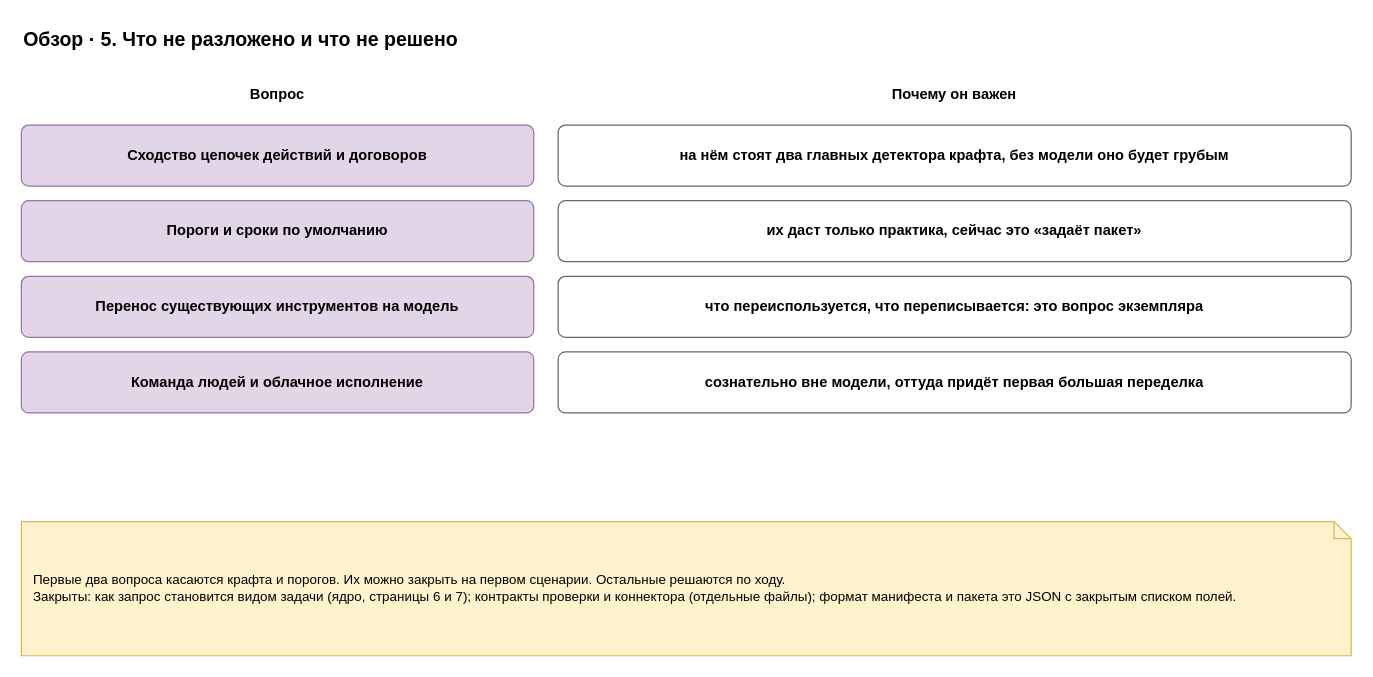
Before: page "5. Открытые вопросы" (5 of 7) of docs/spec/harness-overview.drawio in roygkov/reins, a draw.io diagram. Source tidied: cells renumbered, new cells numbered last; positions are measured from the earlier drawing's top-left corner, leaving out a move shared by most shapes. Both pictures are drawn from the tidied source at 122%, with x=0, y=0 at pixel (21, 21).
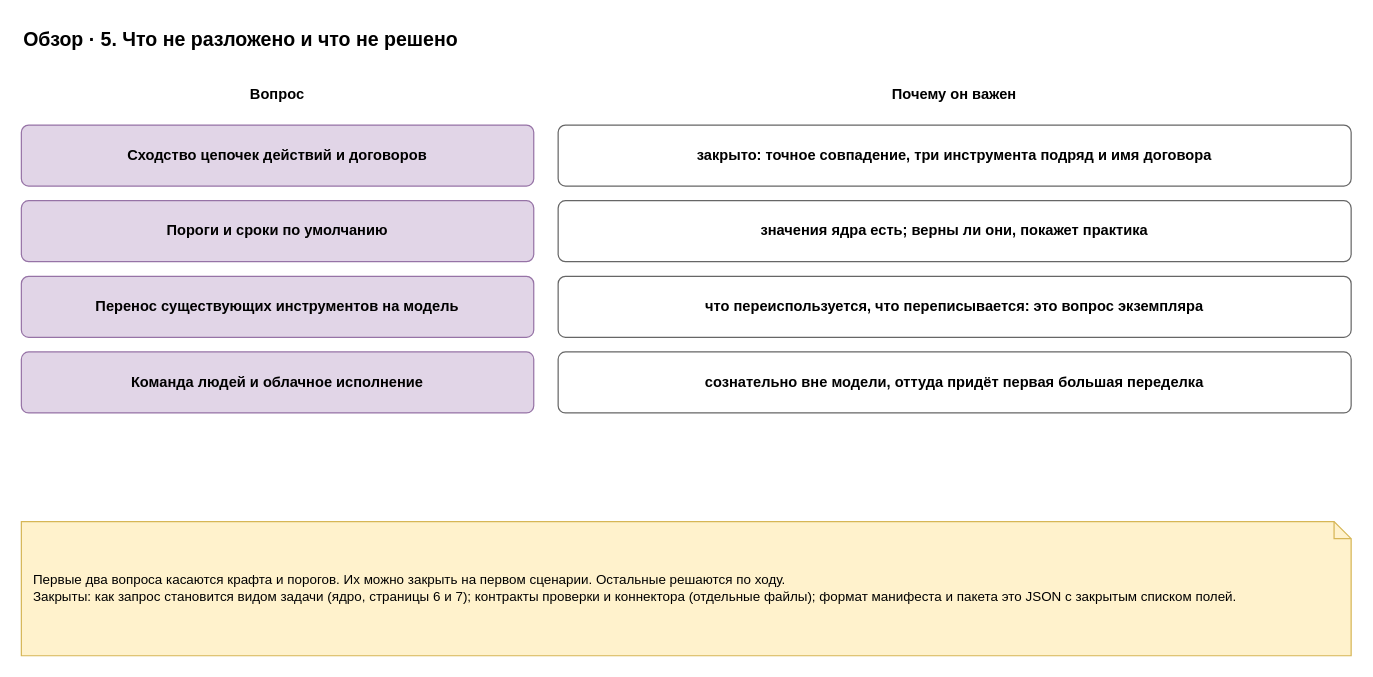
The same page after the edit.

Diff of the diagram source:
```diff
@@
 <mxGraphModel>
   <root>
     <mxCell id="0" />
     <mxCell id="1" parent="0" />
     <mxCell id="2" value="Обзор · 5. Что не разложено и что не решено" style="text;html=1;align=left;verticalAlign=middle;whiteSpace=wrap;fontSize=16;strokeColor=none;fillColor=none;fontStyle=1;" parent="1" vertex="1">
       <mxGeometry width="900" height="30" as="geometry" />
     </mxCell>
     <mxCell id="3" value="Вопрос" style="text;html=1;align=center;verticalAlign=middle;whiteSpace=wrap;fontSize=12;strokeColor=none;fillColor=none;fontStyle=1;" parent="1" vertex="1">
       <mxGeometry y="45" width="420" height="30" as="geometry" />
     </mxCell>
     <mxCell id="4" value="Почему он важен" style="text;html=1;align=center;verticalAlign=middle;whiteSpace=wrap;fontSize=12;strokeColor=none;fillColor=none;fontStyle=1;" parent="1" vertex="1">
       <mxGeometry x="440" y="45" width="650" height="30" as="geometry" />
     </mxCell>
     <mxCell id="5" value="&lt;b&gt;Сходство цепочек действий и договоров&lt;/b&gt;" style="rounded=1;whiteSpace=wrap;html=1;fillColor=#e1d5e7;strokeColor=#9673a6;arcSize=12;" parent="1" vertex="1">
       <mxGeometry y="85" width="420" height="50" as="geometry" />
     </mxCell>
-    <mxCell id="6" value="&lt;b&gt;на нём стоят два главных детектора крафта, без модели оно будет грубым&lt;/b&gt;" style="rounded=1;whiteSpace=wrap;html=1;fillColor=#ffffff;strokeColor=#666666;arcSize=12;fontStyle=0;" parent="1" vertex="1">
+    <mxCell id="6" value="&lt;b&gt;закрыто: точное совпадение, три инструмента подряд и имя договора&lt;/b&gt;" style="rounded=1;whiteSpace=wrap;html=1;fillColor=#ffffff;strokeColor=#666666;arcSize=12;fontStyle=0;" parent="1" vertex="1">
       <mxGeometry x="440" y="85" width="650" height="50" as="geometry" />
     </mxCell>
     <mxCell id="7" value="&lt;b&gt;Пороги и сроки по умолчанию&lt;/b&gt;" style="rounded=1;whiteSpace=wrap;html=1;fillColor=#e1d5e7;strokeColor=#9673a6;arcSize=12;" parent="1" vertex="1">
       <mxGeometry y="147" width="420" height="50" as="geometry" />
     </mxCell>
-    <mxCell id="8" value="&lt;b&gt;их даст только практика, сейчас это «задаёт пакет»&lt;/b&gt;" style="rounded=1;whiteSpace=wrap;html=1;fillColor=#ffffff;strokeColor=#666666;arcSize=12;fontStyle=0;" parent="1" vertex="1">
+    <mxCell id="8" value="&lt;b&gt;значения ядра есть; верны ли они, покажет практика&lt;/b&gt;" style="rounded=1;whiteSpace=wrap;html=1;fillColor=#ffffff;strokeColor=#666666;arcSize=12;fontStyle=0;" parent="1" vertex="1">
       <mxGeometry x="440" y="147" width="650" height="50" as="geometry" />
     </mxCell>
     <mxCell id="9" value="&lt;b&gt;Перенос существующих инструментов на модель&lt;/b&gt;" style="rounded=1;whiteSpace=wrap;html=1;fillColor=#e1d5e7;strokeColor=#9673a6;arcSize=12;" parent="1" vertex="1">
       <mxGeometry y="209" width="420" height="50" as="geometry" />
     </mxCell>
     <mxCell id="10" value="&lt;b&gt;что переиспользуется, что переписывается: это вопрос экземпляра&lt;/b&gt;" style="rounded=1;whiteSpace=wrap;html=1;fillColor=#ffffff;strokeColor=#666666;arcSize=12;fontStyle=0;" parent="1" vertex="1">
       <mxGeometry x="440" y="209" width="650" height="50" as="geometry" />
     </mxCell>
     <mxCell id="11" value="&lt;b&gt;Команда людей и облачное исполнение&lt;/b&gt;" style="rounded=1;whiteSpace=wrap;html=1;fillColor=#e1d5e7;strokeColor=#9673a6;arcSize=12;" parent="1" vertex="1">
       <mxGeometry y="271" width="420" height="50" as="geometry" />
     </mxCell>
     <mxCell id="12" value="&lt;b&gt;сознательно вне модели, оттуда придёт первая большая переделка&lt;/b&gt;" style="rounded=1;whiteSpace=wrap;html=1;fillColor=#ffffff;strokeColor=#666666;arcSize=12;fontStyle=0;" parent="1" vertex="1">
       <mxGeometry x="440" y="271" width="650" height="50" as="geometry" />
     </mxCell>
     <mxCell id="13" value="Первые два вопроса касаются крафта и порогов. Их можно закрыть на первом сценарии. Остальные решаются по ходу.&lt;br&gt;Закрыты: как запрос становится видом задачи (ядро, страницы 6 и 7); контракты проверки и коннектора (отдельные файлы); формат манифеста и пакета это JSON с закрытым списком полей." style="shape=note;whiteSpace=wrap;html=1;backgroundOutline=1;size=14;fillColor=#fff2cc;strokeColor=#d6b656;align=left;spacingLeft=8;spacingRight=8;fontSize=11;" parent="1" vertex="1">
       <mxGeometry y="410" width="1090" height="110" as="geometry" />
     </mxCell>
   </root>
 </mxGraphModel>
```
